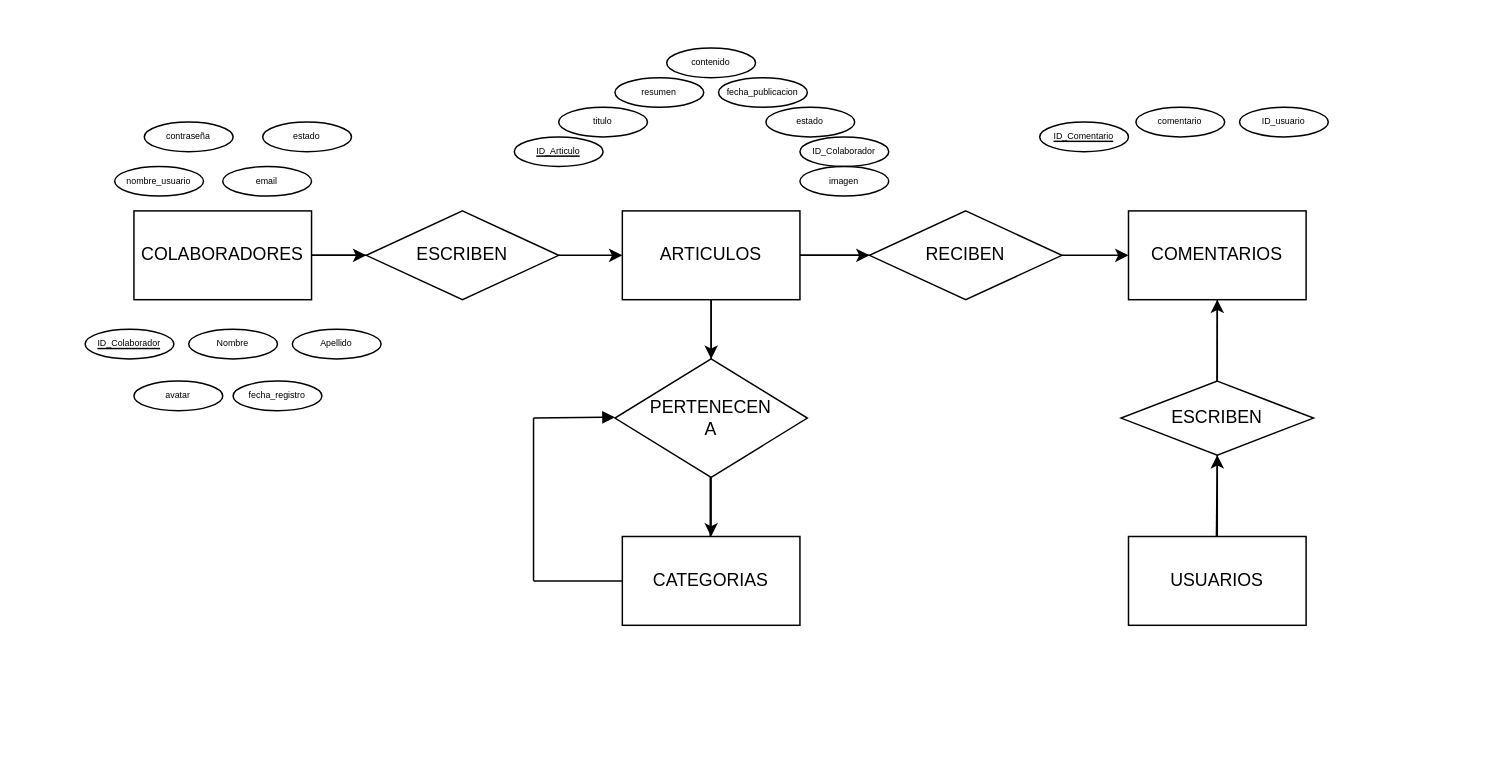
Before: Diagrama sin título.drawio in sirnas1983/SQLDesafioModulo4, a draw.io diagram. Source tidied: cells renumbered, new cells numbered last; positions are measured from the earlier drawing's top-left corner, leaving out a move shared by most shapes. Both pictures are drawn from the tidied source at 148%, with x=0, y=0 at pixel (84, 47).
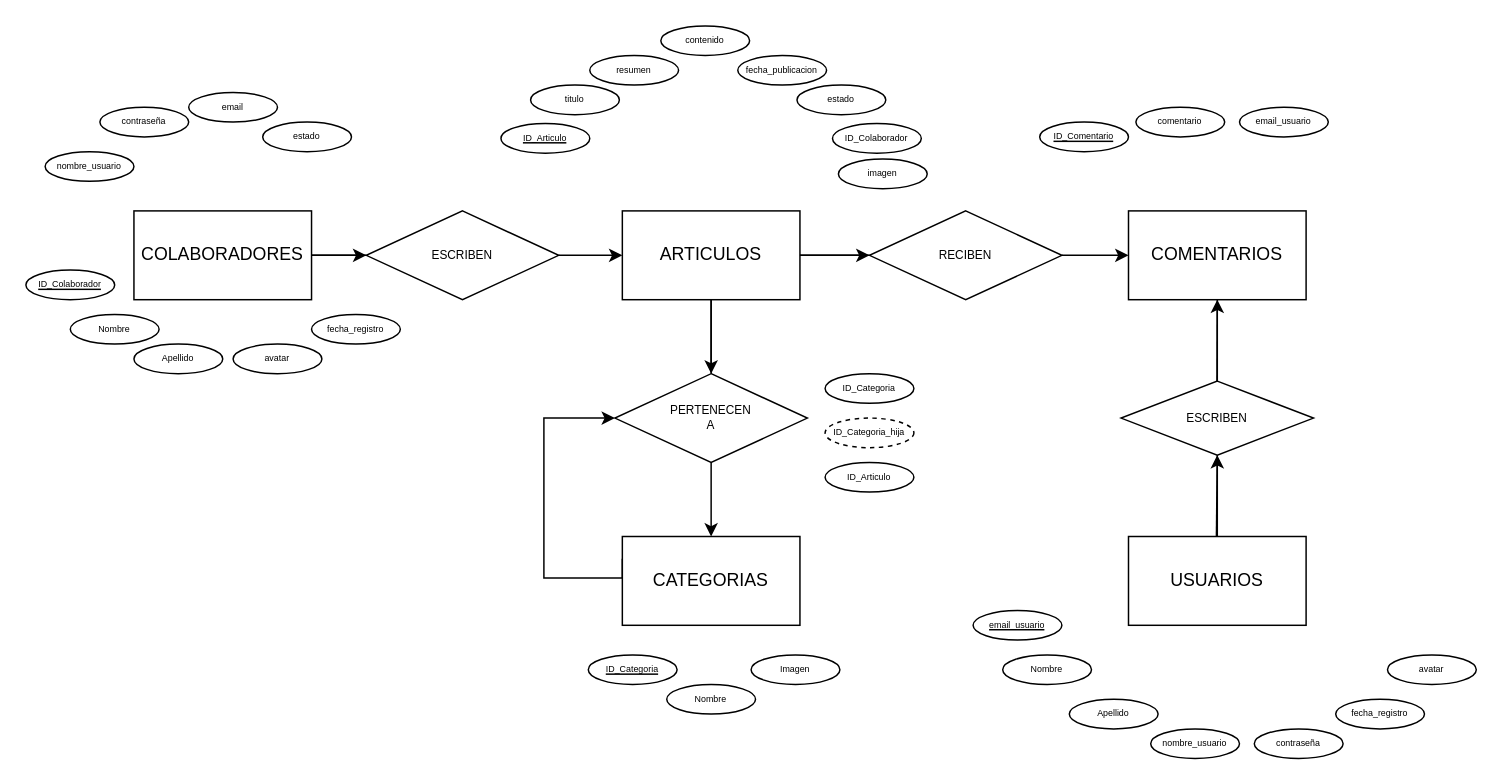
After the change.

The change refers to these unchanged cells:
```xml
<mxCell id="7" value="CATEGORIAS" style="rounded=0;whiteSpace=wrap;html=1;" parent="1" vertex="1">
  <mxGeometry x="363" y="330" width="120" height="60" as="geometry" />
</mxCell>
```

What changed in the source:
```diff
@@
+    <mxCell id="48" style="edgeStyle=orthogonalEdgeStyle;rounded=0;jettySize=auto;html=1;exitX=0;exitY=0.25;exitDx=0;exitDy=0;entryX=0;entryY=0.5;entryDx=0;entryDy=0;" parent="1" edge="1" source="7" target="16">
+      <mxGeometry relative="1" as="geometry">
+        <Array as="points">
+          <mxPoint x="310" y="358" />
+          <mxPoint x="310" y="250" />
+        </Array>
+      </mxGeometry>
+    </mxCell>
@@
-    <mxCell id="12" value="ESCRIBEN" style="rhombus;whiteSpace=wrap;html=1;" parent="1" vertex="1">
+    <mxCell id="12" value="ESCRIBEN" style="rhombus;whiteSpace=wrap;html=1;fontSize=8;" parent="1" vertex="1">
       <mxGeometry x="190" y="110" width="130" height="60" as="geometry" />
     </mxCell>
@@
-    <mxCell id="14" value="RECIBEN" style="rhombus;whiteSpace=wrap;html=1;" parent="1" vertex="1">
+    <mxCell id="14" value="RECIBEN" style="rhombus;whiteSpace=wrap;html=1;fontSize=8;" parent="1" vertex="1">
       <mxGeometry x="530" y="110" width="130" height="60" as="geometry" />
     </mxCell>
@@
-    <mxCell id="16" value="PERTENECEN &lt;br&gt;A" style="rhombus;whiteSpace=wrap;html=1;" parent="1" vertex="1">
-      <mxGeometry x="358" y="210" width="130" height="80" as="geometry" />
+    <mxCell id="16" value="&lt;font style=&quot;font-size: 8px;&quot;&gt;PERTENECEN &lt;br style=&quot;font-size: 8px;&quot;&gt;A&lt;/font&gt;" style="rhombus;whiteSpace=wrap;html=1;fontSize=8;" parent="1" vertex="1">
+      <mxGeometry x="358" y="220" width="130" height="60" as="geometry" />
     </mxCell>
@@
-    <mxCell id="18" value="ESCRIBEN" style="rhombus;whiteSpace=wrap;html=1;" parent="1" vertex="1">
+    <mxCell id="18" value="ESCRIBEN" style="rhombus;whiteSpace=wrap;html=1;fontSize=8;" parent="1" vertex="1">
       <mxGeometry x="700" y="225" width="130" height="50" as="geometry" />
     </mxCell>
@@
-    <mxCell id="22" style="endArrow=none;html=1;rounded=0;exitX=0.5;exitY=0;exitDx=0;exitDy=0;" parent="1" edge="1">
-      <mxGeometry relative="1" as="geometry">
-        <mxPoint x="422.4" y="330" as="sourcePoint" />
-        <mxPoint x="422.4" y="290" as="targetPoint" />
-      </mxGeometry>
-    </mxCell>
@@
-    <mxCell id="25" style="endArrow=block;html=1;rounded=0;endFill=1;" parent="1" edge="1">
-      <mxGeometry relative="1" as="geometry">
-        <mxPoint x="303" y="250" as="sourcePoint" />
-        <mxPoint x="358" y="249.4" as="targetPoint" />
-      </mxGeometry>
-    </mxCell>
-    <mxCell id="26" style="endArrow=none;html=1;rounded=0;" parent="1" edge="1">
-      <mxGeometry relative="1" as="geometry">
-        <mxPoint x="303" y="360" as="sourcePoint" />
-        <mxPoint x="303" y="250" as="targetPoint" />
-      </mxGeometry>
-    </mxCell>
-    <mxCell id="27" style="endArrow=none;html=1;rounded=0;" parent="1" edge="1">
-      <mxGeometry relative="1" as="geometry">
-        <mxPoint x="303" y="360" as="sourcePoint" />
-        <mxPoint x="363" y="360" as="targetPoint" />
-      </mxGeometry>
-    </mxCell>
     <mxCell id="28" value="ID_Colaborador" style="ellipse;whiteSpace=wrap;html=1;fontSize=6;fontStyle=4;" parent="1" vertex="1">
-      <mxGeometry y="190" width="60" height="20" as="geometry" />
+      <mxGeometry x="-40" y="150" width="60" height="20" as="geometry" />
     </mxCell>
     <mxCell id="29" value="Nombre" style="ellipse;whiteSpace=wrap;html=1;fontSize=6;fontStyle=0;" parent="1" vertex="1">
-      <mxGeometry x="70" y="190" width="60" height="20" as="geometry" />
+      <mxGeometry x="-10" y="180" width="60" height="20" as="geometry" />
     </mxCell>
     <mxCell id="30" value="Apellido" style="ellipse;whiteSpace=wrap;html=1;fontSize=6;fontStyle=0;" parent="1" vertex="1">
-      <mxGeometry x="140" y="190" width="60" height="20" as="geometry" />
+      <mxGeometry x="33" y="200" width="60" height="20" as="geometry" />
     </mxCell>
     <mxCell id="31" value="nombre_usuario" style="ellipse;whiteSpace=wrap;html=1;fontSize=6;fontStyle=0;" parent="1" vertex="1">
-      <mxGeometry x="20" y="80" width="60" height="20" as="geometry" />
+      <mxGeometry x="-27" y="70" width="60" height="20" as="geometry" />
     </mxCell>
     <mxCell id="32" value="contraseña" style="ellipse;whiteSpace=wrap;html=1;fontSize=6;fontStyle=0;" parent="1" vertex="1">
-      <mxGeometry x="40" y="50" width="60" height="20" as="geometry" />
+      <mxGeometry x="10" y="40" width="60" height="20" as="geometry" />
     </mxCell>
     <mxCell id="33" value="email" style="ellipse;whiteSpace=wrap;html=1;fontSize=6;fontStyle=0;" parent="1" vertex="1">
-      <mxGeometry x="93" y="80" width="60" height="20" as="geometry" />
+      <mxGeometry x="70" y="30" width="60" height="20" as="geometry" />
     </mxCell>
@@
     <mxCell id="35" value="fecha_registro" style="ellipse;whiteSpace=wrap;html=1;fontSize=6;fontStyle=0;" parent="1" vertex="1">
-      <mxGeometry x="100" y="225" width="60" height="20" as="geometry" />
+      <mxGeometry x="153" y="180" width="60" height="20" as="geometry" />
     </mxCell>
     <mxCell id="36" value="avatar" style="ellipse;whiteSpace=wrap;html=1;fontSize=6;fontStyle=0;" parent="1" vertex="1">
-      <mxGeometry x="33" y="225" width="60" height="20" as="geometry" />
+      <mxGeometry x="100" y="200" width="60" height="20" as="geometry" />
     </mxCell>
     <mxCell id="37" value="ID_Articulo" style="ellipse;whiteSpace=wrap;html=1;fontSize=6;fontStyle=4;" parent="1" vertex="1">
-      <mxGeometry x="290" y="60" width="60" height="20" as="geometry" />
+      <mxGeometry x="281" y="51" width="60" height="20" as="geometry" />
     </mxCell>
     <mxCell id="38" value="titulo" style="ellipse;whiteSpace=wrap;html=1;fontSize=6;fontStyle=0;" parent="1" vertex="1">
-      <mxGeometry x="320" y="40" width="60" height="20" as="geometry" />
+      <mxGeometry x="301" y="25" width="60" height="20" as="geometry" />
     </mxCell>
     <mxCell id="39" value="resumen" style="ellipse;whiteSpace=wrap;html=1;fontSize=6;fontStyle=0;" parent="1" vertex="1">
-      <mxGeometry x="358" y="20" width="60" height="20" as="geometry" />
+      <mxGeometry x="341" y="5" width="60" height="20" as="geometry" />
     </mxCell>
     <mxCell id="40" value="contenido" style="ellipse;whiteSpace=wrap;html=1;fontSize=6;fontStyle=0;" parent="1" vertex="1">
-      <mxGeometry x="393" width="60" height="20" as="geometry" />
+      <mxGeometry x="389" y="-15" width="60" height="20" as="geometry" />
     </mxCell>
     <mxCell id="41" value="fecha_publicacion" style="ellipse;whiteSpace=wrap;html=1;fontSize=6;fontStyle=0;" parent="1" vertex="1">
-      <mxGeometry x="428" y="20" width="60" height="20" as="geometry" />
+      <mxGeometry x="441" y="5" width="60" height="20" as="geometry" />
     </mxCell>
     <mxCell id="42" value="estado" style="ellipse;whiteSpace=wrap;html=1;fontSize=6;fontStyle=0;" parent="1" vertex="1">
-      <mxGeometry x="460" y="40" width="60" height="20" as="geometry" />
+      <mxGeometry x="481" y="25" width="60" height="20" as="geometry" />
     </mxCell>
     <mxCell id="43" value="ID_Colaborador" style="ellipse;whiteSpace=wrap;html=1;fontSize=6;fontStyle=0;" parent="1" vertex="1">
-      <mxGeometry x="483" y="60" width="60" height="20" as="geometry" />
+      <mxGeometry x="505" y="51" width="60" height="20" as="geometry" />
     </mxCell>
     <mxCell id="44" value="imagen" style="ellipse;whiteSpace=wrap;html=1;fontSize=6;fontStyle=0;" parent="1" vertex="1">
-      <mxGeometry x="483" y="80" width="60" height="20" as="geometry" />
+      <mxGeometry x="509" y="75" width="60" height="20" as="geometry" />
     </mxCell>
@@
-    <mxCell id="47" value="ID_usuario" style="ellipse;whiteSpace=wrap;html=1;fontSize=6;fontStyle=0;" parent="1" vertex="1">
+    <mxCell id="47" value="email_usuario" style="ellipse;whiteSpace=wrap;html=1;fontSize=6;fontStyle=0;" parent="1" vertex="1">
       <mxGeometry x="780" y="40" width="60" height="20" as="geometry" />
     </mxCell>
+    <mxCell id="49" value="Nombre" style="ellipse;whiteSpace=wrap;html=1;fontSize=6;fontStyle=0;" parent="1" vertex="1">
+      <mxGeometry x="620" y="410" width="60" height="20" as="geometry" />
+    </mxCell>
+    <mxCell id="50" value="Apellido" style="ellipse;whiteSpace=wrap;html=1;fontSize=6;fontStyle=0;" parent="1" vertex="1">
+      <mxGeometry x="665" y="440" width="60" height="20" as="geometry" />
+    </mxCell>
+    <mxCell id="51" value="nombre_usuario" style="ellipse;whiteSpace=wrap;html=1;fontSize=6;fontStyle=0;" parent="1" vertex="1">
+      <mxGeometry x="720" y="460" width="60" height="20" as="geometry" />
+    </mxCell>
+    <mxCell id="52" value="contraseña" style="ellipse;whiteSpace=wrap;html=1;fontSize=6;fontStyle=0;" parent="1" vertex="1">
+      <mxGeometry x="790" y="460" width="60" height="20" as="geometry" />
+    </mxCell>
+    <mxCell id="53" value="email_usuario" style="ellipse;whiteSpace=wrap;html=1;fontSize=6;fontStyle=4;" parent="1" vertex="1">
+      <mxGeometry x="600" y="380" width="60" height="20" as="geometry" />
+    </mxCell>
+    <mxCell id="54" value="fecha_registro" style="ellipse;whiteSpace=wrap;html=1;fontSize=6;fontStyle=0;" parent="1" vertex="1">
+      <mxGeometry x="845" y="440" width="60" height="20" as="geometry" />
+    </mxCell>
+    <mxCell id="55" value="avatar" style="ellipse;whiteSpace=wrap;html=1;fontSize=6;fontStyle=0;" parent="1" vertex="1">
+      <mxGeometry x="880" y="410" width="60" height="20" as="geometry" />
+    </mxCell>
+    <mxCell id="56" value="ID_Categoria" style="ellipse;whiteSpace=wrap;html=1;fontSize=6;fontStyle=4;" parent="1" vertex="1">
+      <mxGeometry x="340" y="410" width="60" height="20" as="geometry" />
+    </mxCell>
+    <mxCell id="57" value="Nombre" style="ellipse;whiteSpace=wrap;html=1;fontSize=6;fontStyle=0;" parent="1" vertex="1">
+      <mxGeometry x="393" y="430" width="60" height="20" as="geometry" />
+    </mxCell>
+    <mxCell id="58" value="Imagen" style="ellipse;whiteSpace=wrap;html=1;fontSize=6;fontStyle=0;" parent="1" vertex="1">
+      <mxGeometry x="450" y="410" width="60" height="20" as="geometry" />
+    </mxCell>
+    <mxCell id="59" value="ID_Categoria" style="ellipse;whiteSpace=wrap;html=1;fontSize=6;fontStyle=0;" parent="1" vertex="1">
+      <mxGeometry x="500" y="220" width="60" height="20" as="geometry" />
+    </mxCell>
+    <mxCell id="60" value="ID_Categoria_hija" style="ellipse;whiteSpace=wrap;html=1;fontSize=6;fontStyle=0;dashed=1;" parent="1" vertex="1">
+      <mxGeometry x="500" y="250" width="60" height="20" as="geometry" />
+    </mxCell>
+    <mxCell id="61" value="ID_Articulo" style="ellipse;whiteSpace=wrap;html=1;fontSize=6;fontStyle=0;" parent="1" vertex="1">
+      <mxGeometry x="500" y="280" width="60" height="20" as="geometry" />
+    </mxCell>
```
